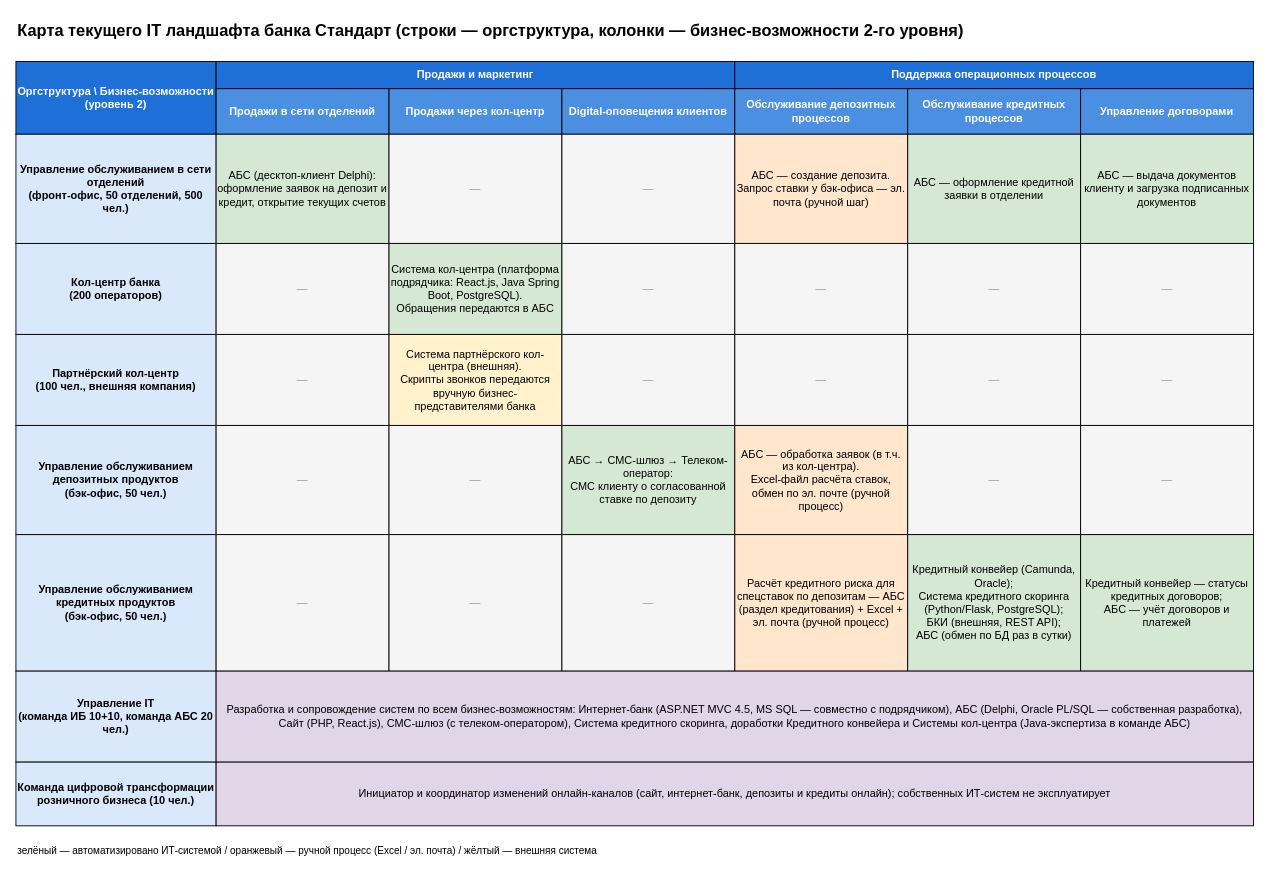
Earlier version of the draw.io diagram Task1/it-landscape-map.drawio (agr333221/architecture-pro-standart). Source tidied: cells renumbered, new cells numbered last; positions are measured from the earlier drawing's top-left corner, leaving out a move shared by most shapes. Both pictures are drawn from the tidied source at 91%, with x=0, y=0 at pixel (15, 15).
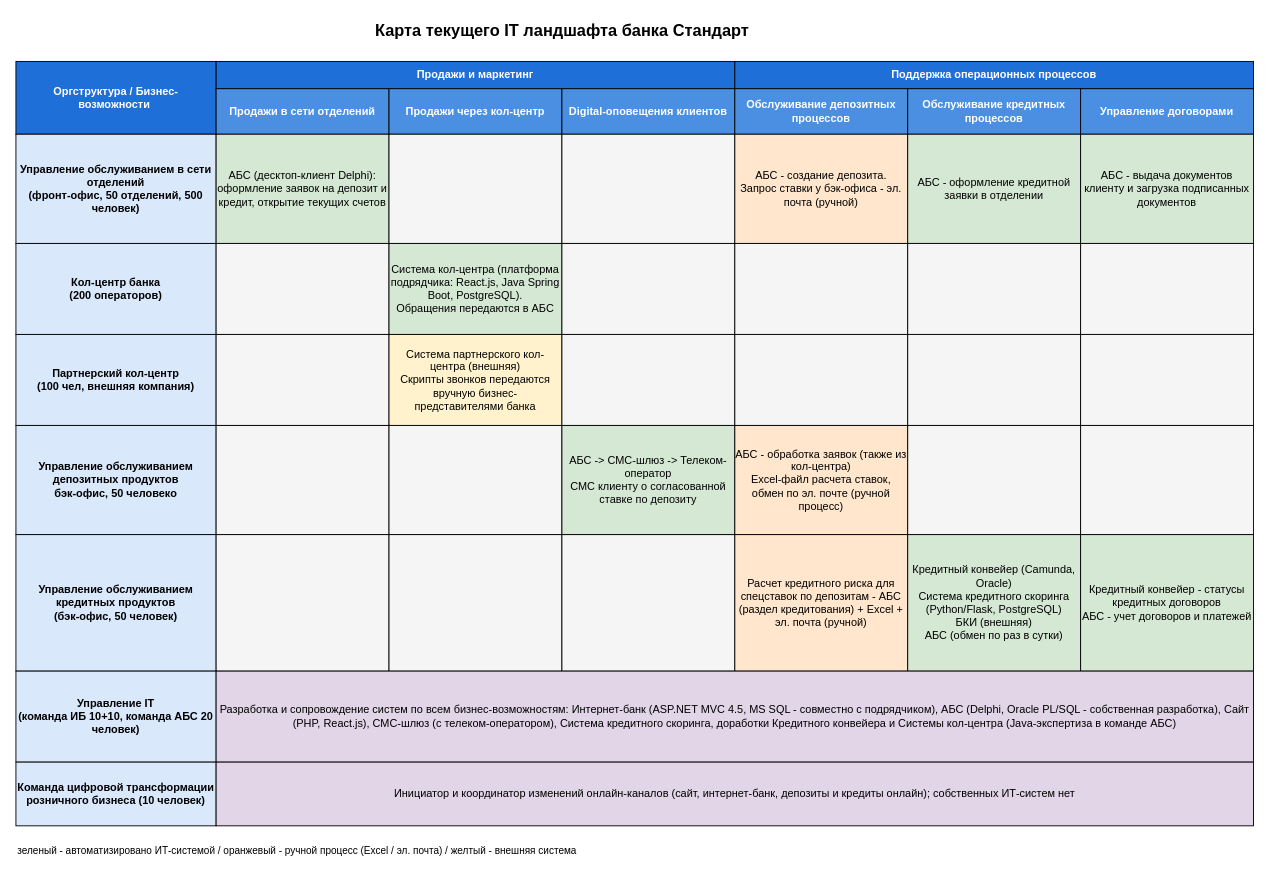
The same diagram, later.

The edit, as a diff of the source:
```diff
@@
-    <mxCell id="2" value="Карта текущего IT ландшафта банка Стандарт (строки — оргструктура, колонки — бизнес-возможности 2-го уровня)" style="text;html=1;fontSize=18;fontStyle=1;align=left;" parent="1" vertex="1">
+    <mxCell id="2" value="Карта текущего IT ландшафта банка Стандарт" style="text;html=1;fontSize=18;fontStyle=1;align=center;" parent="1" vertex="1">
       <mxGeometry width="1200" height="30" as="geometry" />
     </mxCell>
-    <mxCell id="3" value="Оргструктура \ Бизнес-возможности (уровень 2)" style="rounded=0;whiteSpace=wrap;html=1;fillColor=#1F6FD9;fontColor=#ffffff;fontStyle=1;" parent="1" vertex="1">
+    <mxCell id="3" value="Оргструктура / Бизнес-возможности&amp;nbsp;" style="rounded=0;whiteSpace=wrap;html=1;fillColor=#1F6FD9;fontColor=#ffffff;fontStyle=1;" parent="1" vertex="1">
       <mxGeometry y="50" width="220" height="80" as="geometry" />
     </mxCell>
@@
-    <mxCell id="12" value="Управление обслуживанием в сети отделений&#10;(фронт-офис, 50 отделений, 500 чел.)" style="rounded=0;whiteSpace=wrap;html=1;fillColor=#dae8fc;fontStyle=1;" parent="1" vertex="1">
+    <mxCell id="12" value="Управление обслуживанием в сети отделений&lt;br&gt;(фронт-офис, 50 отделений, 500 человек)" style="rounded=0;whiteSpace=wrap;html=1;fillColor=#dae8fc;fontStyle=1;" parent="1" vertex="1">
       <mxGeometry y="130" width="220" height="120" as="geometry" />
     </mxCell>
@@
-    <mxCell id="14" value="—" style="rounded=0;whiteSpace=wrap;html=1;fillColor=#f5f5f5;fontColor=#999999;" parent="1" vertex="1">
+    <mxCell id="14" style="rounded=0;whiteSpace=wrap;html=1;fillColor=#f5f5f5;fontColor=#999999;" parent="1" vertex="1">
       <mxGeometry x="410" y="130" width="190" height="120" as="geometry" />
     </mxCell>
-    <mxCell id="15" value="—" style="rounded=0;whiteSpace=wrap;html=1;fillColor=#f5f5f5;fontColor=#999999;" parent="1" vertex="1">
+    <mxCell id="15" style="rounded=0;whiteSpace=wrap;html=1;fillColor=#f5f5f5;fontColor=#999999;" parent="1" vertex="1">
       <mxGeometry x="600" y="130" width="190" height="120" as="geometry" />
     </mxCell>
-    <mxCell id="16" value="АБС — создание депозита.&#10;Запрос ставки у бэк-офиса — эл. почта (ручной шаг)" style="rounded=0;whiteSpace=wrap;html=1;fillColor=#ffe6cc;" parent="1" vertex="1">
+    <mxCell id="16" value="АБС - создание депозита.&lt;br&gt;Запрос ставки у бэк-офиса - эл. почта (ручной)" style="rounded=0;whiteSpace=wrap;html=1;fillColor=#ffe6cc;" parent="1" vertex="1">
       <mxGeometry x="790" y="130" width="190" height="120" as="geometry" />
     </mxCell>
-    <mxCell id="17" value="АБС — оформление кредитной заявки в отделении" style="rounded=0;whiteSpace=wrap;html=1;fillColor=#d5e8d4;" parent="1" vertex="1">
+    <mxCell id="17" value="АБС - оформление кредитной заявки в отделении" style="rounded=0;whiteSpace=wrap;html=1;fillColor=#d5e8d4;" parent="1" vertex="1">
       <mxGeometry x="980" y="130" width="190" height="120" as="geometry" />
     </mxCell>
-    <mxCell id="18" value="АБС — выдача документов клиенту и загрузка подписанных документов" style="rounded=0;whiteSpace=wrap;html=1;fillColor=#d5e8d4;" parent="1" vertex="1">
+    <mxCell id="18" value="АБС - выдача документов клиенту и загрузка подписанных документов" style="rounded=0;whiteSpace=wrap;html=1;fillColor=#d5e8d4;" parent="1" vertex="1">
       <mxGeometry x="1170" y="130" width="190" height="120" as="geometry" />
     </mxCell>
@@
-    <mxCell id="20" value="—" style="rounded=0;whiteSpace=wrap;html=1;fillColor=#f5f5f5;fontColor=#999999;" parent="1" vertex="1">
+    <mxCell id="20" style="rounded=0;whiteSpace=wrap;html=1;fillColor=#f5f5f5;fontColor=#999999;" parent="1" vertex="1">
       <mxGeometry x="220" y="250" width="190" height="100" as="geometry" />
     </mxCell>
@@
-    <mxCell id="22" value="—" style="rounded=0;whiteSpace=wrap;html=1;fillColor=#f5f5f5;fontColor=#999999;" parent="1" vertex="1">
+    <mxCell id="22" style="rounded=0;whiteSpace=wrap;html=1;fillColor=#f5f5f5;fontColor=#999999;" parent="1" vertex="1">
       <mxGeometry x="600" y="250" width="190" height="100" as="geometry" />
     </mxCell>
-    <mxCell id="23" value="—" style="rounded=0;whiteSpace=wrap;html=1;fillColor=#f5f5f5;fontColor=#999999;" parent="1" vertex="1">
+    <mxCell id="23" style="rounded=0;whiteSpace=wrap;html=1;fillColor=#f5f5f5;fontColor=#999999;" parent="1" vertex="1">
       <mxGeometry x="790" y="250" width="190" height="100" as="geometry" />
     </mxCell>
-    <mxCell id="24" value="—" style="rounded=0;whiteSpace=wrap;html=1;fillColor=#f5f5f5;fontColor=#999999;" parent="1" vertex="1">
+    <mxCell id="24" style="rounded=0;whiteSpace=wrap;html=1;fillColor=#f5f5f5;fontColor=#999999;" parent="1" vertex="1">
       <mxGeometry x="980" y="250" width="190" height="100" as="geometry" />
     </mxCell>
-    <mxCell id="25" value="—" style="rounded=0;whiteSpace=wrap;html=1;fillColor=#f5f5f5;fontColor=#999999;" parent="1" vertex="1">
+    <mxCell id="25" style="rounded=0;whiteSpace=wrap;html=1;fillColor=#f5f5f5;fontColor=#999999;" parent="1" vertex="1">
       <mxGeometry x="1170" y="250" width="190" height="100" as="geometry" />
     </mxCell>
-    <mxCell id="26" value="Партнёрский кол-центр&#10;(100 чел., внешняя компания)" style="rounded=0;whiteSpace=wrap;html=1;fillColor=#dae8fc;fontStyle=1;" parent="1" vertex="1">
+    <mxCell id="26" value="Партнерский кол-центр&lt;br&gt;(100 чел, внешняя компания)" style="rounded=0;whiteSpace=wrap;html=1;fillColor=#dae8fc;fontStyle=1;" parent="1" vertex="1">
       <mxGeometry y="350" width="220" height="100" as="geometry" />
     </mxCell>
-    <mxCell id="27" value="—" style="rounded=0;whiteSpace=wrap;html=1;fillColor=#f5f5f5;fontColor=#999999;" parent="1" vertex="1">
+    <mxCell id="27" style="rounded=0;whiteSpace=wrap;html=1;fillColor=#f5f5f5;fontColor=#999999;" parent="1" vertex="1">
       <mxGeometry x="220" y="350" width="190" height="100" as="geometry" />
     </mxCell>
-    <mxCell id="28" value="Система партнёрского кол-центра (внешняя).&#10;Скрипты звонков передаются вручную бизнес-представителями банка" style="rounded=0;whiteSpace=wrap;html=1;fillColor=#fff2cc;" parent="1" vertex="1">
+    <mxCell id="28" value="Система партнерского кол-центра (внешняя)&lt;br&gt;Скрипты звонков передаются вручную бизнес-представителями банка" style="rounded=0;whiteSpace=wrap;html=1;fillColor=#fff2cc;" parent="1" vertex="1">
       <mxGeometry x="410" y="350" width="190" height="100" as="geometry" />
     </mxCell>
-    <mxCell id="29" value="—" style="rounded=0;whiteSpace=wrap;html=1;fillColor=#f5f5f5;fontColor=#999999;" parent="1" vertex="1">
+    <mxCell id="29" style="rounded=0;whiteSpace=wrap;html=1;fillColor=#f5f5f5;fontColor=#999999;" parent="1" vertex="1">
       <mxGeometry x="600" y="350" width="190" height="100" as="geometry" />
     </mxCell>
-    <mxCell id="30" value="—" style="rounded=0;whiteSpace=wrap;html=1;fillColor=#f5f5f5;fontColor=#999999;" parent="1" vertex="1">
+    <mxCell id="30" style="rounded=0;whiteSpace=wrap;html=1;fillColor=#f5f5f5;fontColor=#999999;" parent="1" vertex="1">
       <mxGeometry x="790" y="350" width="190" height="100" as="geometry" />
     </mxCell>
-    <mxCell id="31" value="—" style="rounded=0;whiteSpace=wrap;html=1;fillColor=#f5f5f5;fontColor=#999999;" parent="1" vertex="1">
+    <mxCell id="31" style="rounded=0;whiteSpace=wrap;html=1;fillColor=#f5f5f5;fontColor=#999999;" parent="1" vertex="1">
       <mxGeometry x="980" y="350" width="190" height="100" as="geometry" />
     </mxCell>
-    <mxCell id="32" value="—" style="rounded=0;whiteSpace=wrap;html=1;fillColor=#f5f5f5;fontColor=#999999;" parent="1" vertex="1">
+    <mxCell id="32" style="rounded=0;whiteSpace=wrap;html=1;fillColor=#f5f5f5;fontColor=#999999;" parent="1" vertex="1">
       <mxGeometry x="1170" y="350" width="190" height="100" as="geometry" />
     </mxCell>
-    <mxCell id="33" value="Управление обслуживанием депозитных продуктов&#10;(бэк-офис, 50 чел.)" style="rounded=0;whiteSpace=wrap;html=1;fillColor=#dae8fc;fontStyle=1;" parent="1" vertex="1">
+    <mxCell id="33" value="Управление обслуживанием депозитных продуктов&lt;br&gt;бэк-офис, 50 человеко" style="rounded=0;whiteSpace=wrap;html=1;fillColor=#dae8fc;fontStyle=1;" parent="1" vertex="1">
       <mxGeometry y="450" width="220" height="120" as="geometry" />
     </mxCell>
-    <mxCell id="34" value="—" style="rounded=0;whiteSpace=wrap;html=1;fillColor=#f5f5f5;fontColor=#999999;" parent="1" vertex="1">
+    <mxCell id="34" style="rounded=0;whiteSpace=wrap;html=1;fillColor=#f5f5f5;fontColor=#999999;" parent="1" vertex="1">
       <mxGeometry x="220" y="450" width="190" height="120" as="geometry" />
     </mxCell>
-    <mxCell id="35" value="—" style="rounded=0;whiteSpace=wrap;html=1;fillColor=#f5f5f5;fontColor=#999999;" parent="1" vertex="1">
+    <mxCell id="35" style="rounded=0;whiteSpace=wrap;html=1;fillColor=#f5f5f5;fontColor=#999999;" parent="1" vertex="1">
       <mxGeometry x="410" y="450" width="190" height="120" as="geometry" />
     </mxCell>
-    <mxCell id="36" value="АБС → СМС-шлюз → Телеком-оператор:&#10;СМС клиенту о согласованной ставке по депозиту" style="rounded=0;whiteSpace=wrap;html=1;fillColor=#d5e8d4;" parent="1" vertex="1">
+    <mxCell id="36" value="АБС -&amp;gt; СМС-шлюз -&amp;gt; Телеком-оператор&lt;br&gt;СМС клиенту о согласованной ставке по депозиту" style="rounded=0;whiteSpace=wrap;html=1;fillColor=#d5e8d4;" parent="1" vertex="1">
       <mxGeometry x="600" y="450" width="190" height="120" as="geometry" />
     </mxCell>
-    <mxCell id="37" value="АБС — обработка заявок (в т.ч. из кол-центра).&#10;Excel-файл расчёта ставок, обмен по эл. почте (ручной процесс)" style="rounded=0;whiteSpace=wrap;html=1;fillColor=#ffe6cc;" parent="1" vertex="1">
+    <mxCell id="37" value="АБС - обработка заявок (также из кол-центра)&lt;br&gt;Excel-файл расчета ставок, обмен по эл. почте (ручной процесс)" style="rounded=0;whiteSpace=wrap;html=1;fillColor=#ffe6cc;" parent="1" vertex="1">
       <mxGeometry x="790" y="450" width="190" height="120" as="geometry" />
     </mxCell>
-    <mxCell id="38" value="—" style="rounded=0;whiteSpace=wrap;html=1;fillColor=#f5f5f5;fontColor=#999999;" parent="1" vertex="1">
+    <mxCell id="38" style="rounded=0;whiteSpace=wrap;html=1;fillColor=#f5f5f5;fontColor=#999999;" parent="1" vertex="1">
       <mxGeometry x="980" y="450" width="190" height="120" as="geometry" />
     </mxCell>
-    <mxCell id="39" value="—" style="rounded=0;whiteSpace=wrap;html=1;fillColor=#f5f5f5;fontColor=#999999;" parent="1" vertex="1">
+    <mxCell id="39" style="rounded=0;whiteSpace=wrap;html=1;fillColor=#f5f5f5;fontColor=#999999;" parent="1" vertex="1">
       <mxGeometry x="1170" y="450" width="190" height="120" as="geometry" />
     </mxCell>
-    <mxCell id="40" value="Управление обслуживанием кредитных продуктов&#10;(бэк-офис, 50 чел.)" style="rounded=0;whiteSpace=wrap;html=1;fillColor=#dae8fc;fontStyle=1;" parent="1" vertex="1">
+    <mxCell id="40" value="Управление обслуживанием кредитных продуктов&lt;br&gt;(бэк-офис, 50 человек)" style="rounded=0;whiteSpace=wrap;html=1;fillColor=#dae8fc;fontStyle=1;" parent="1" vertex="1">
       <mxGeometry y="570" width="220" height="150" as="geometry" />
     </mxCell>
-    <mxCell id="41" value="—" style="rounded=0;whiteSpace=wrap;html=1;fillColor=#f5f5f5;fontColor=#999999;" parent="1" vertex="1">
+    <mxCell id="41" style="rounded=0;whiteSpace=wrap;html=1;fillColor=#f5f5f5;fontColor=#999999;" parent="1" vertex="1">
       <mxGeometry x="220" y="570" width="190" height="150" as="geometry" />
     </mxCell>
-    <mxCell id="42" value="—" style="rounded=0;whiteSpace=wrap;html=1;fillColor=#f5f5f5;fontColor=#999999;" parent="1" vertex="1">
+    <mxCell id="42" style="rounded=0;whiteSpace=wrap;html=1;fillColor=#f5f5f5;fontColor=#999999;" parent="1" vertex="1">
       <mxGeometry x="410" y="570" width="190" height="150" as="geometry" />
     </mxCell>
-    <mxCell id="43" value="—" style="rounded=0;whiteSpace=wrap;html=1;fillColor=#f5f5f5;fontColor=#999999;" parent="1" vertex="1">
+    <mxCell id="43" style="rounded=0;whiteSpace=wrap;html=1;fillColor=#f5f5f5;fontColor=#999999;" parent="1" vertex="1">
       <mxGeometry x="600" y="570" width="190" height="150" as="geometry" />
     </mxCell>
-    <mxCell id="44" value="Расчёт кредитного риска для спецставок по депозитам — АБС (раздел кредитования) + Excel + эл. почта (ручной процесс)" style="rounded=0;whiteSpace=wrap;html=1;fillColor=#ffe6cc;" parent="1" vertex="1">
+    <mxCell id="44" value="Расчет кредитного риска для спецставок по депозитам - АБС (раздел кредитования) + Excel + эл. почта (ручной)" style="rounded=0;whiteSpace=wrap;html=1;fillColor=#ffe6cc;" parent="1" vertex="1">
       <mxGeometry x="790" y="570" width="190" height="150" as="geometry" />
     </mxCell>
-    <mxCell id="45" value="Кредитный конвейер (Camunda, Oracle);&#10;Система кредитного скоринга (Python/Flask, PostgreSQL);&#10;БКИ (внешняя, REST API);&#10;АБС (обмен по БД раз в сутки)" style="rounded=0;whiteSpace=wrap;html=1;fillColor=#d5e8d4;" parent="1" vertex="1">
+    <mxCell id="45" value="Кредитный конвейер (Camunda, Oracle)&lt;br&gt;Система кредитного скоринга (Python/Flask, PostgreSQL)&lt;br&gt;БКИ (внешняя)&lt;br&gt;АБС (обмен по раз в сутки)" style="rounded=0;whiteSpace=wrap;html=1;fillColor=#d5e8d4;" parent="1" vertex="1">
       <mxGeometry x="980" y="570" width="190" height="150" as="geometry" />
     </mxCell>
-    <mxCell id="46" value="Кредитный конвейер — статусы кредитных договоров;&#10;АБС — учёт договоров и платежей" style="rounded=0;whiteSpace=wrap;html=1;fillColor=#d5e8d4;" parent="1" vertex="1">
+    <mxCell id="46" value="Кредитный конвейер - статусы кредитных договоров&lt;br&gt;АБС - учет договоров и платежей" style="rounded=0;whiteSpace=wrap;html=1;fillColor=#d5e8d4;" parent="1" vertex="1">
       <mxGeometry x="1170" y="570" width="190" height="150" as="geometry" />
     </mxCell>
-    <mxCell id="47" value="Управление IT&#10;(команда ИБ 10+10, команда АБС 20 чел.)" style="rounded=0;whiteSpace=wrap;html=1;fillColor=#dae8fc;fontStyle=1;" parent="1" vertex="1">
+    <mxCell id="47" value="Управление IT&lt;br&gt;(команда ИБ 10+10, команда АБС 20 человек)" style="rounded=0;whiteSpace=wrap;html=1;fillColor=#dae8fc;fontStyle=1;" parent="1" vertex="1">
       <mxGeometry y="720" width="220" height="100" as="geometry" />
     </mxCell>
-    <mxCell id="48" value="Разработка и сопровождение систем по всем бизнес-возможностям: Интернет-банк (ASP.NET MVC 4.5, MS SQL — совместно с подрядчиком), АБС (Delphi, Oracle PL/SQL — собственная разработка), Сайт (PHP, React.js), СМС-шлюз (с телеком-оператором), Система кредитного скоринга, доработки Кредитного конвейера и Системы кол-центра (Java-экспертиза в команде АБС)" style="rounded=0;whiteSpace=wrap;html=1;fillColor=#e1d5e7;" parent="1" vertex="1">
+    <mxCell id="48" value="Разработка и сопровождение систем по всем бизнес-возможностям: Интернет-банк (ASP.NET MVC 4.5, MS SQL - совместно с подрядчиком), АБС (Delphi, Oracle PL/SQL - собственная разработка), Сайт (PHP, React.js), СМС-шлюз (с телеком-оператором), Система кредитного скоринга, доработки Кредитного конвейера и Системы кол-центра (Java-экспертиза в команде АБС)" style="rounded=0;whiteSpace=wrap;html=1;fillColor=#e1d5e7;" parent="1" vertex="1">
       <mxGeometry x="220" y="720" width="1140" height="100" as="geometry" />
     </mxCell>
-    <mxCell id="49" value="Команда цифровой трансформации розничного бизнеса (10 чел.)" style="rounded=0;whiteSpace=wrap;html=1;fillColor=#dae8fc;fontStyle=1;" parent="1" vertex="1">
+    <mxCell id="49" value="Команда цифровой трансформации розничного бизнеса (10 человек)" style="rounded=0;whiteSpace=wrap;html=1;fillColor=#dae8fc;fontStyle=1;" parent="1" vertex="1">
       <mxGeometry y="820" width="220" height="70" as="geometry" />
     </mxCell>
-    <mxCell id="50" value="Инициатор и координатор изменений онлайн-каналов (сайт, интернет-банк, депозиты и кредиты онлайн); собственных ИТ-систем не эксплуатирует" style="rounded=0;whiteSpace=wrap;html=1;fillColor=#e1d5e7;" parent="1" vertex="1">
+    <mxCell id="50" value="Инициатор и координатор изменений онлайн-каналов (сайт, интернет-банк, депозиты и кредиты онлайн); собственных ИТ-систем нет" style="rounded=0;whiteSpace=wrap;html=1;fillColor=#e1d5e7;" parent="1" vertex="1">
       <mxGeometry x="220" y="820" width="1140" height="70" as="geometry" />
     </mxCell>
-    <mxCell id="51" value="зелёный — автоматизировано ИТ-системой / оранжевый — ручной процесс (Excel / эл. почта) / жёлтый — внешняя система" style="text;html=1;align=left;verticalAlign=top;fontSize=11;" parent="1" vertex="1">
+    <mxCell id="51" value="зеленый - автоматизировано ИТ-системой / оранжевый - ручной процесс (Excel / эл. почта) / желтый - внешняя система" style="text;html=1;align=left;verticalAlign=top;fontSize=11;" parent="1" vertex="1">
       <mxGeometry y="905" width="1360" height="45" as="geometry" />
     </mxCell>
```
